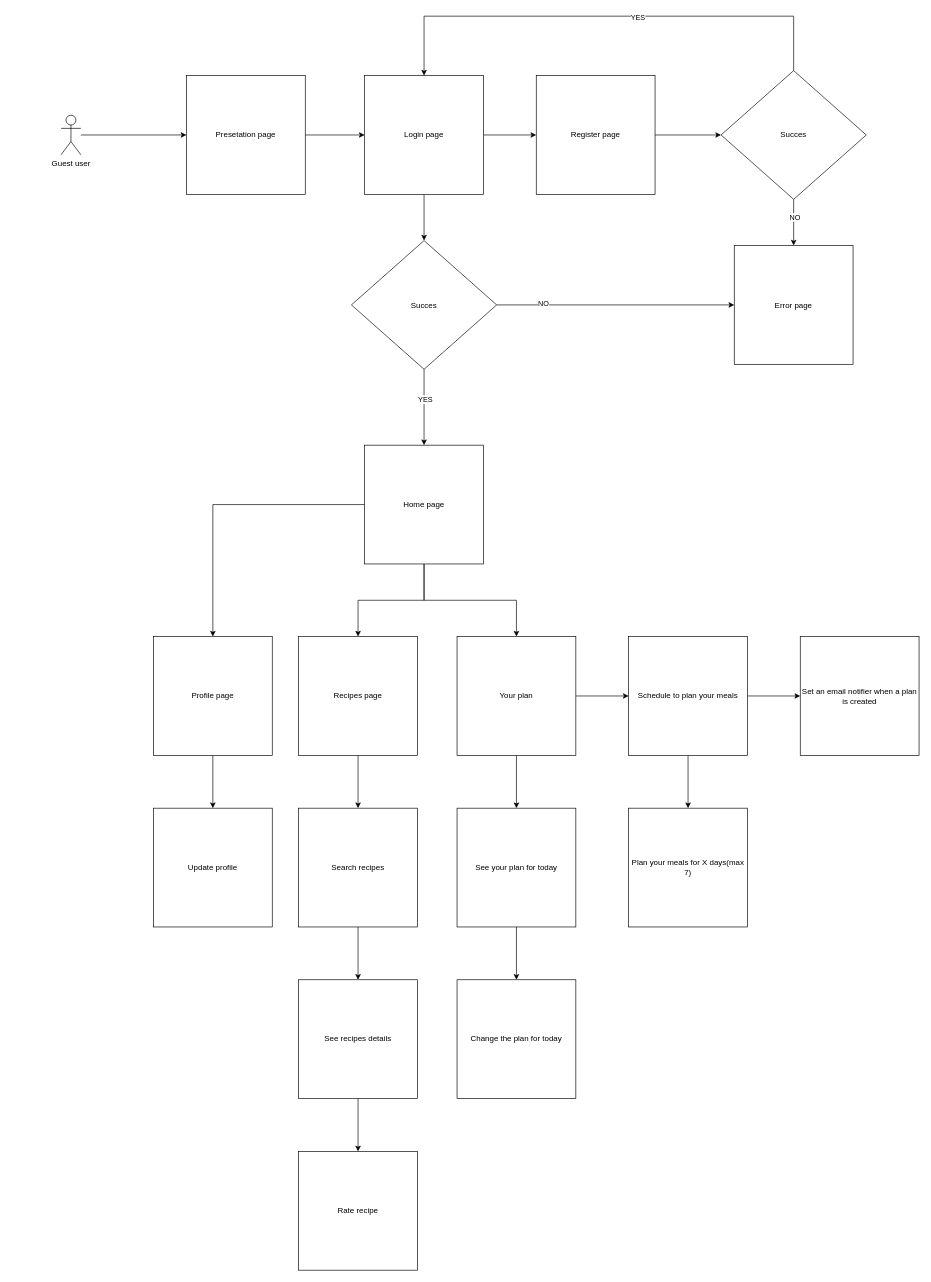
Above: documentation/keep-fit-diagrams.drawio in sgabriel190/keep-fit (draw.io), before the change. Source tidied: cells renumbered, new cells numbered last; positions are measured from the earlier drawing's top-left corner, leaving out a move shared by most shapes. Both pictures are drawn from the tidied source at 66%, with x=0, y=0 at pixel (61, 16).
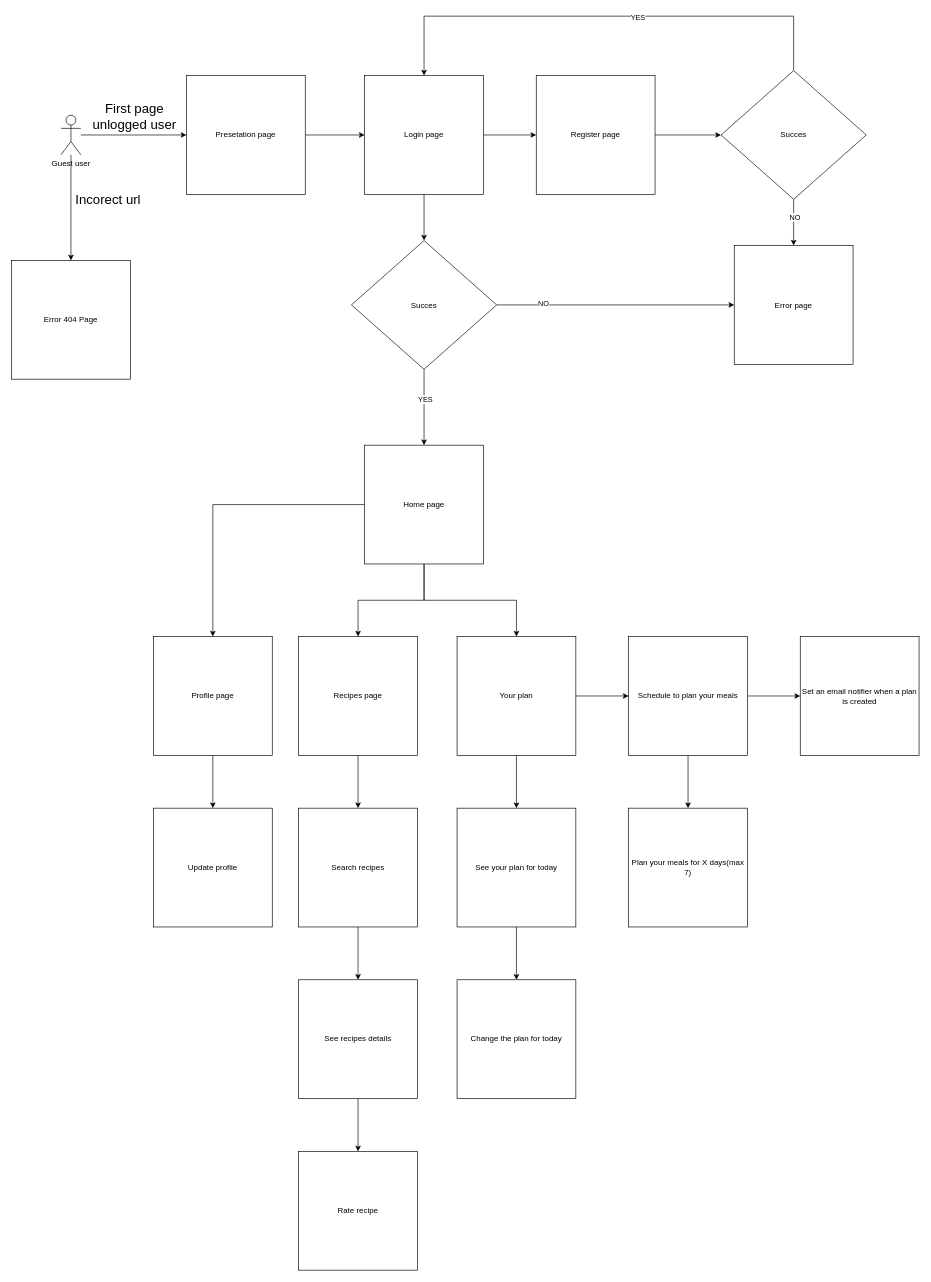
After the change.

Unchanged cells that the change refers to:
```xml
<mxCell id="4" style="edgeStyle=orthogonalEdgeStyle;rounded=0;jettySize=auto;html=1;" parent="1" edge="1" source="5" target="3">
  <mxGeometry relative="1" as="geometry" />
</mxCell>
<mxCell id="5" value="Guest user" style="shape=umlActor;verticalLabelPosition=bottom;verticalAlign=top;html=1;outlineConnect=0;" parent="1" vertex="1">
  <mxGeometry y="150" width="30" height="60" as="geometry" />
</mxCell>
```

Diff of the diagram source:
```diff
@@
+    <mxCell id="47" value="&lt;font style=&quot;font-size: 20px&quot;&gt;First page&lt;br&gt;unlogged user&lt;/font&gt;" style="edgeLabel;html=1;align=center;verticalAlign=middle;" parent="4" vertex="1">
+      <mxGeometry x="0.28" y="1" relative="1" as="geometry">
+        <mxPoint x="-22" y="-29" as="offset" />
+      </mxGeometry>
+    </mxCell>
+    <mxCell id="48" style="edgeStyle=orthogonalEdgeStyle;rounded=0;jettySize=auto;html=1;" parent="1" edge="1" source="5" target="50">
+      <mxGeometry relative="1" as="geometry" />
+    </mxCell>
+    <mxCell id="49" value="&lt;font style=&quot;font-size: 20px&quot;&gt;Incorect url&lt;/font&gt;" style="edgeLabel;html=1;align=center;verticalAlign=middle;" parent="48" vertex="1">
+      <mxGeometry x="0.08" y="4" relative="1" as="geometry">
+        <mxPoint x="51" y="-20" as="offset" />
+      </mxGeometry>
+    </mxCell>
@@
+    <mxCell id="50" value="Error 404 Page" style="whiteSpace=wrap;html=1;" parent="1" vertex="1">
+      <mxGeometry x="-75" y="370" width="180" height="180" as="geometry" />
+    </mxCell>
```
